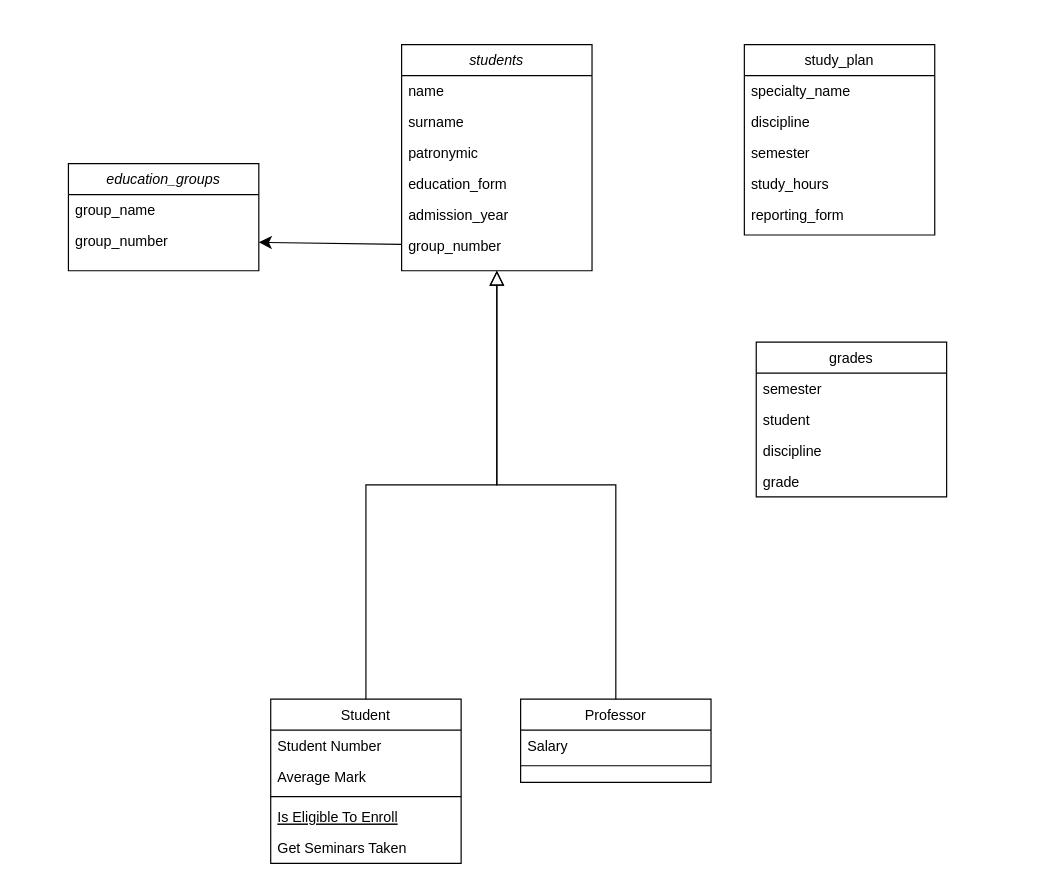
flouressaint/myDiagrams keeps this draw.io diagram as db_final.drawio. Above is the earlier version. Source tidied: cells renumbered, new cells numbered last; positions are measured from the earlier drawing's top-left corner, leaving out a move shared by most shapes. Both pictures are drawn from the tidied source at 119%, with x=0, y=0 at pixel (68, 44).
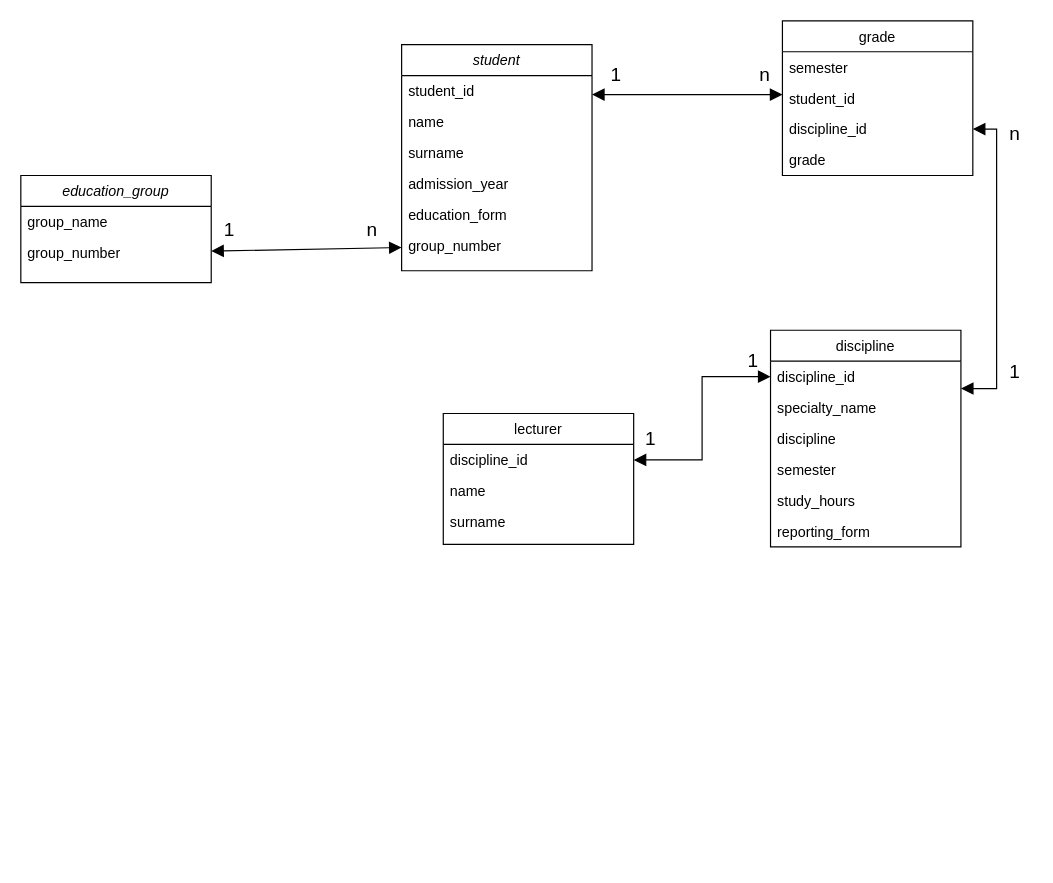
After the change.

The change refers to these unchanged cells:
```xml
<mxCell id="8" value="group_number" style="text;align=left;verticalAlign=top;spacingLeft=4;spacingRight=4;overflow=hidden;points=[[0,0.5],[1,0.5]];portConstraint=eastwest;rounded=0;shadow=0;html=0;" parent="2" vertex="1">
  <mxGeometry y="156" width="160" height="26" as="geometry" />
</mxCell>
<mxCell id="28" value="group_number" style="text;align=left;verticalAlign=top;spacingLeft=4;spacingRight=4;overflow=hidden;points=[[0,0.5],[1,0.5]];portConstraint=eastwest;rounded=0;shadow=0;html=0;" parent="26" vertex="1">
  <mxGeometry y="52" width="160" height="26" as="geometry" />
</mxCell>
```

The edit, as a diff of the source:
```diff
@@
-    <mxCell id="2" value="students" style="swimlane;fontStyle=2;align=center;verticalAlign=top;horizontal=1;startSize=26;rounded=0;shadow=0;strokeWidth=1;" parent="1" vertex="1">
+    <mxCell id="2" value="student" style="swimlane;fontStyle=2;align=center;verticalAlign=top;horizontal=1;startSize=26;rounded=0;shadow=0;strokeWidth=1;" parent="1" vertex="1">
       <mxGeometry x="280" width="160" height="190" as="geometry" />
     </mxCell>
-    <mxCell id="3" value="name" style="text;align=left;verticalAlign=top;spacingLeft=4;spacingRight=4;overflow=hidden;" parent="2" vertex="1">
+    <mxCell id="3" value="student_id" style="text;align=left;verticalAlign=top;spacingLeft=4;spacingRight=4;overflow=hidden;" parent="2" vertex="1">
       <mxGeometry y="26" width="160" height="26" as="geometry" />
     </mxCell>
+    <mxCell id="35" value="name" style="text;align=left;verticalAlign=top;spacingLeft=4;spacingRight=4;overflow=hidden;" parent="2" vertex="1">
+      <mxGeometry y="52" width="160" height="26" as="geometry" />
+    </mxCell>
     <mxCell id="4" value="surname" style="text;align=left;verticalAlign=top;spacingLeft=4;spacingRight=4;overflow=hidden;rounded=0;shadow=0;html=0;" parent="2" vertex="1">
-      <mxGeometry y="52" width="160" height="26" as="geometry" />
+      <mxGeometry y="78" width="160" height="26" as="geometry" />
     </mxCell>
-    <mxCell id="5" value="patronymic" style="text;align=left;verticalAlign=top;spacingLeft=4;spacingRight=4;overflow=hidden;rounded=0;shadow=0;html=0;" parent="2" vertex="1">
-      <mxGeometry y="78" width="160" height="26" as="geometry" />
-    </mxCell>
+    <mxCell id="7" value="admission_year" style="text;align=left;verticalAlign=top;spacingLeft=4;spacingRight=4;overflow=hidden;rounded=0;shadow=0;html=0;" parent="2" vertex="1">
+      <mxGeometry y="104" width="160" height="26" as="geometry" />
+    </mxCell>
     <mxCell id="6" value="education_form" style="text;align=left;verticalAlign=top;spacingLeft=4;spacingRight=4;overflow=hidden;rounded=0;shadow=0;html=0;" parent="2" vertex="1">
-      <mxGeometry y="104" width="160" height="26" as="geometry" />
+      <mxGeometry y="130" width="160" height="26" as="geometry" />
     </mxCell>
-    <mxCell id="7" value="admission_year" style="text;align=left;verticalAlign=top;spacingLeft=4;spacingRight=4;overflow=hidden;rounded=0;shadow=0;html=0;" parent="2" vertex="1">
-      <mxGeometry y="130" width="160" height="26" as="geometry" />
-    </mxCell>
@@
-    <mxCell id="9" value="Student" style="swimlane;fontStyle=0;align=center;verticalAlign=top;horizontal=1;startSize=26;rounded=0;shadow=0;strokeWidth=1;" parent="1" vertex="1">
-      <mxGeometry x="170" y="550" width="160" height="138" as="geometry" />
-    </mxCell>
-    <mxCell id="10" value="Student Number" style="text;align=left;verticalAlign=top;spacingLeft=4;spacingRight=4;overflow=hidden;" parent="9" vertex="1">
-      <mxGeometry y="26" width="160" height="26" as="geometry" />
-    </mxCell>
-    <mxCell id="11" value="Average Mark" style="text;align=left;verticalAlign=top;spacingLeft=4;spacingRight=4;overflow=hidden;rounded=0;shadow=0;html=0;" parent="9" vertex="1">
-      <mxGeometry y="52" width="160" height="26" as="geometry" />
-    </mxCell>
-    <mxCell id="12" style="line;html=1;strokeWidth=1;align=left;verticalAlign=middle;spacingTop=-1;spacingLeft=3;spacingRight=3;labelPosition=right;" parent="9" vertex="1">
-      <mxGeometry y="78" width="160" height="8" as="geometry" />
-    </mxCell>
-    <mxCell id="13" value="Is Eligible To Enroll" style="text;align=left;verticalAlign=top;spacingLeft=4;spacingRight=4;overflow=hidden;fontStyle=4;" parent="9" vertex="1">
-      <mxGeometry y="86" width="160" height="26" as="geometry" />
-    </mxCell>
-    <mxCell id="14" value="Get Seminars Taken" style="text;align=left;verticalAlign=top;spacingLeft=4;spacingRight=4;overflow=hidden;" parent="9" vertex="1">
-      <mxGeometry y="112" width="160" height="26" as="geometry" />
-    </mxCell>
-    <mxCell id="15" style="endArrow=block;endSize=10;endFill=0;shadow=0;strokeWidth=1;rounded=0;edgeStyle=elbowEdgeStyle;elbow=vertical;" parent="1" edge="1" source="9" target="2">
-      <mxGeometry relative="1" as="geometry" />
-    </mxCell>
-    <mxCell id="16" value="Professor" style="swimlane;fontStyle=0;align=center;verticalAlign=top;horizontal=1;startSize=26;rounded=0;shadow=0;strokeWidth=1;" parent="1" vertex="1">
-      <mxGeometry x="380" y="550" width="160" height="70" as="geometry" />
-    </mxCell>
-    <mxCell id="17" value="Salary" style="text;align=left;verticalAlign=top;spacingLeft=4;spacingRight=4;overflow=hidden;" parent="16" vertex="1">
-      <mxGeometry y="26" width="160" height="26" as="geometry" />
-    </mxCell>
-    <mxCell id="18" style="line;html=1;strokeWidth=1;align=left;verticalAlign=middle;spacingTop=-1;spacingLeft=3;spacingRight=3;labelPosition=right;" parent="16" vertex="1">
-      <mxGeometry y="52" width="160" height="8" as="geometry" />
-    </mxCell>
-    <mxCell id="19" style="endArrow=block;endSize=10;endFill=0;shadow=0;strokeWidth=1;rounded=0;edgeStyle=elbowEdgeStyle;elbow=vertical;" parent="1" edge="1" source="16" target="2">
-      <mxGeometry relative="1" as="geometry" />
-    </mxCell>
-    <mxCell id="20" value="study_plan" style="swimlane;fontStyle=0;align=center;verticalAlign=top;horizontal=1;startSize=26;rounded=0;shadow=0;strokeWidth=1;" parent="1" vertex="1">
-      <mxGeometry x="568" width="160" height="160" as="geometry" />
+    <mxCell id="20" value="discipline" style="swimlane;fontStyle=0;align=center;verticalAlign=top;horizontal=1;startSize=26;rounded=0;shadow=0;strokeWidth=1;" parent="1" vertex="1">
+      <mxGeometry x="590" y="240" width="160" height="182" as="geometry" />
     </mxCell>
+    <mxCell id="36" value="discipline_id" style="text;align=left;verticalAlign=top;spacingLeft=4;spacingRight=4;overflow=hidden;points=[[0,0.5],[1,0.5]];portConstraint=eastwest;" parent="20" vertex="1">
+      <mxGeometry y="26" width="160" height="26" as="geometry" />
+    </mxCell>
     <mxCell id="21" value="specialty_name" style="text;align=left;verticalAlign=top;spacingLeft=4;spacingRight=4;overflow=hidden;" parent="20" vertex="1">
-      <mxGeometry y="26" width="160" height="26" as="geometry" />
+      <mxGeometry y="52" width="160" height="26" as="geometry" />
     </mxCell>
     <mxCell id="22" value="discipline" style="text;align=left;verticalAlign=top;spacingLeft=4;spacingRight=4;overflow=hidden;rounded=0;shadow=0;html=0;" parent="20" vertex="1">
-      <mxGeometry y="52" width="160" height="26" as="geometry" />
+      <mxGeometry y="78" width="160" height="26" as="geometry" />
     </mxCell>
     <mxCell id="23" value="semester" style="text;align=left;verticalAlign=top;spacingLeft=4;spacingRight=4;overflow=hidden;rounded=0;shadow=0;html=0;" parent="20" vertex="1">
-      <mxGeometry y="78" width="160" height="26" as="geometry" />
+      <mxGeometry y="104" width="160" height="26" as="geometry" />
     </mxCell>
     <mxCell id="24" value="study_hours" style="text;align=left;verticalAlign=top;spacingLeft=4;spacingRight=4;overflow=hidden;rounded=0;shadow=0;html=0;" parent="20" vertex="1">
-      <mxGeometry y="104" width="160" height="26" as="geometry" />
+      <mxGeometry y="130" width="160" height="26" as="geometry" />
     </mxCell>
     <mxCell id="25" value="reporting_form" style="text;align=left;verticalAlign=top;spacingLeft=4;spacingRight=4;overflow=hidden;rounded=0;shadow=0;html=0;" parent="20" vertex="1">
-      <mxGeometry y="130" width="160" height="26" as="geometry" />
+      <mxGeometry y="156" width="160" height="26" as="geometry" />
     </mxCell>
-    <mxCell id="26" value="education_groups" style="swimlane;fontStyle=2;align=center;verticalAlign=top;horizontal=1;startSize=26;rounded=0;shadow=0;strokeWidth=1;" parent="1" vertex="1">
-      <mxGeometry y="100" width="160" height="90" as="geometry" />
+    <mxCell id="26" value="education_group" style="swimlane;fontStyle=2;align=center;verticalAlign=top;horizontal=1;startSize=26;rounded=0;shadow=0;strokeWidth=1;" parent="1" vertex="1">
+      <mxGeometry x="-40" y="110" width="160" height="90" as="geometry" />
     </mxCell>
@@
-    <mxCell id="29" style="edgeStyle=none;curved=1;rounded=0;jettySize=auto;html=1;fontSize=12;startSize=8;endSize=8;" parent="1" edge="1" source="8" target="28">
-      <mxGeometry relative="1" as="geometry" />
-    </mxCell>
-    <mxCell id="30" value="grades" style="swimlane;fontStyle=0;align=center;verticalAlign=top;horizontal=1;startSize=26;rounded=0;shadow=0;strokeWidth=1;" parent="1" vertex="1">
-      <mxGeometry x="578" y="250" width="160" height="130" as="geometry" />
+    <mxCell id="30" value="grade" style="swimlane;fontStyle=0;align=center;verticalAlign=top;horizontal=1;startSize=26;rounded=0;shadow=0;strokeWidth=1;" parent="1" vertex="1">
+      <mxGeometry x="600" y="-20" width="160" height="130" as="geometry" />
     </mxCell>
@@
-    <mxCell id="32" value="student" style="text;align=left;verticalAlign=top;spacingLeft=4;spacingRight=4;overflow=hidden;rounded=0;shadow=0;html=0;" parent="30" vertex="1">
+    <mxCell id="32" value="student_id" style="text;align=left;verticalAlign=top;spacingLeft=4;spacingRight=4;overflow=hidden;rounded=0;shadow=0;html=0;" parent="30" vertex="1">
       <mxGeometry y="52" width="160" height="26" as="geometry" />
     </mxCell>
-    <mxCell id="33" value="discipline" style="text;align=left;verticalAlign=top;spacingLeft=4;spacingRight=4;overflow=hidden;points=[[0,0.5],[1,0.5]];portConstraint=eastwest;rounded=0;shadow=0;html=0;" parent="30" vertex="1">
+    <mxCell id="33" value="discipline_id" style="text;align=left;verticalAlign=top;spacingLeft=4;spacingRight=4;overflow=hidden;points=[[0,0.5],[1,0.5]];portConstraint=eastwest;rounded=0;shadow=0;html=0;" parent="30" vertex="1">
       <mxGeometry y="78" width="160" height="26" as="geometry" />
     </mxCell>
@@
+    <mxCell id="37" style="endArrow=block;startArrow=block;endFill=1;startFill=1;html=1;rounded=0;fontSize=12;startSize=8;endSize=8;" parent="1" edge="1" source="28" target="8">
+      <mxGeometry relative="1" as="geometry" />
+    </mxCell>
+    <mxCell id="38" value="1" style="text;html=1;align=center;verticalAlign=middle;strokeColor=none;fillColor=none;fontSize=16;" parent="1" vertex="1">
+      <mxGeometry x="120" y="140" width="30" height="30" as="geometry" />
+    </mxCell>
+    <mxCell id="39" value="n" style="text;html=1;align=center;verticalAlign=middle;strokeColor=none;fillColor=none;fontSize=16;" parent="1" vertex="1">
+      <mxGeometry x="240" y="140" width="30" height="30" as="geometry" />
+    </mxCell>
+    <mxCell id="40" style="endArrow=block;startArrow=block;endFill=1;startFill=1;html=1;rounded=0;fontSize=12;startSize=8;endSize=8;curved=1;" parent="1" edge="1">
+      <mxGeometry relative="1" as="geometry">
+        <mxPoint x="440" y="42" as="sourcePoint" />
+        <mxPoint x="600" y="42" as="targetPoint" />
+      </mxGeometry>
+    </mxCell>
+    <mxCell id="41" value="1" style="text;html=1;align=center;verticalAlign=middle;strokeColor=none;fillColor=none;fontSize=16;" parent="1" vertex="1">
+      <mxGeometry x="445" y="10" width="30" height="30" as="geometry" />
+    </mxCell>
+    <mxCell id="42" value="n" style="text;html=1;align=center;verticalAlign=middle;strokeColor=none;fillColor=none;fontSize=16;" parent="1" vertex="1">
+      <mxGeometry x="570" y="10" width="30" height="30" as="geometry" />
+    </mxCell>
+    <mxCell id="43" style="endArrow=block;startArrow=block;endFill=1;startFill=1;html=1;rounded=0;fontSize=12;startSize=8;endSize=8;edgeStyle=orthogonalEdgeStyle;elbow=vertical;" parent="1" edge="1" source="33" target="36">
+      <mxGeometry relative="1" as="geometry">
+        <Array as="points">
+          <mxPoint x="780" y="71" />
+          <mxPoint x="780" y="289" />
+        </Array>
+      </mxGeometry>
+    </mxCell>
+    <mxCell id="44" value="1" style="text;html=1;align=center;verticalAlign=middle;strokeColor=none;fillColor=none;fontSize=16;" parent="1" vertex="1">
+      <mxGeometry x="780" y="260" width="30" height="30" as="geometry" />
+    </mxCell>
+    <mxCell id="45" value="n" style="text;html=1;align=center;verticalAlign=middle;strokeColor=none;fillColor=none;fontSize=16;" parent="1" vertex="1">
+      <mxGeometry x="780" y="60" width="30" height="30" as="geometry" />
+    </mxCell>
+    <mxCell id="46" value="lecturer" style="swimlane;fontStyle=0;align=center;verticalAlign=top;horizontal=1;startSize=26;rounded=0;shadow=0;strokeWidth=1;" parent="1" vertex="1">
+      <mxGeometry x="315" y="310" width="160" height="110" as="geometry" />
+    </mxCell>
+    <mxCell id="47" value="discipline_id" style="text;align=left;verticalAlign=top;spacingLeft=4;spacingRight=4;overflow=hidden;points=[[0,0.5],[1,0.5]];portConstraint=eastwest;" parent="46" vertex="1">
+      <mxGeometry y="26" width="160" height="26" as="geometry" />
+    </mxCell>
+    <mxCell id="48" value="name" style="text;align=left;verticalAlign=top;spacingLeft=4;spacingRight=4;overflow=hidden;rounded=0;shadow=0;html=0;" parent="46" vertex="1">
+      <mxGeometry y="52" width="160" height="26" as="geometry" />
+    </mxCell>
+    <mxCell id="49" value="surname" style="text;align=left;verticalAlign=top;spacingLeft=4;spacingRight=4;overflow=hidden;rounded=0;shadow=0;html=0;" parent="46" vertex="1">
+      <mxGeometry y="78" width="160" height="26" as="geometry" />
+    </mxCell>
+    <mxCell id="50" style="endArrow=block;startArrow=block;endFill=1;startFill=1;html=1;rounded=0;fontSize=12;startSize=8;endSize=8;edgeStyle=orthogonalEdgeStyle;" parent="1" edge="1" source="47" target="36">
+      <mxGeometry relative="1" as="geometry" />
+    </mxCell>
+    <mxCell id="51" value="1" style="text;html=1;align=center;verticalAlign=middle;strokeColor=none;fillColor=none;fontSize=16;" parent="1" vertex="1">
+      <mxGeometry x="474" y="316" width="30" height="30" as="geometry" />
+    </mxCell>
+    <mxCell id="52" value="1" style="text;html=1;align=center;verticalAlign=middle;strokeColor=none;fillColor=none;fontSize=16;" parent="1" vertex="1">
+      <mxGeometry x="560" y="250" width="30" height="30" as="geometry" />
+    </mxCell>
```
